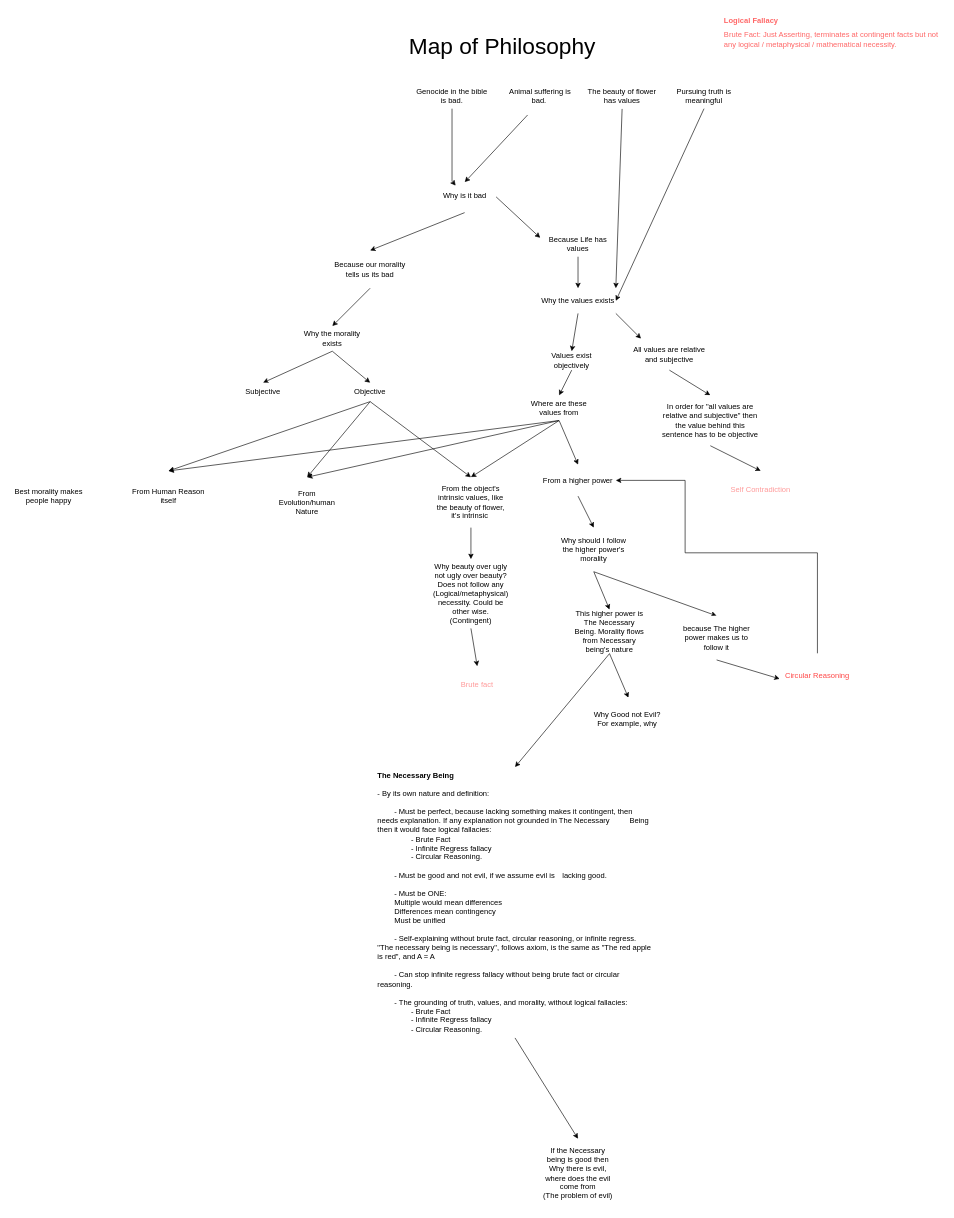
harryg02/Map-of-Philosophy keeps this draw.io diagram as draw.io/Foundations of Morality.drawio. Above is the earlier version. Source tidied: cells renumbered, new cells numbered last; positions are measured from the earlier drawing's top-left corner, leaving out a move shared by most shapes. Both pictures are drawn from the tidied source at 63%, with x=0, y=0 at pixel (11, 11).
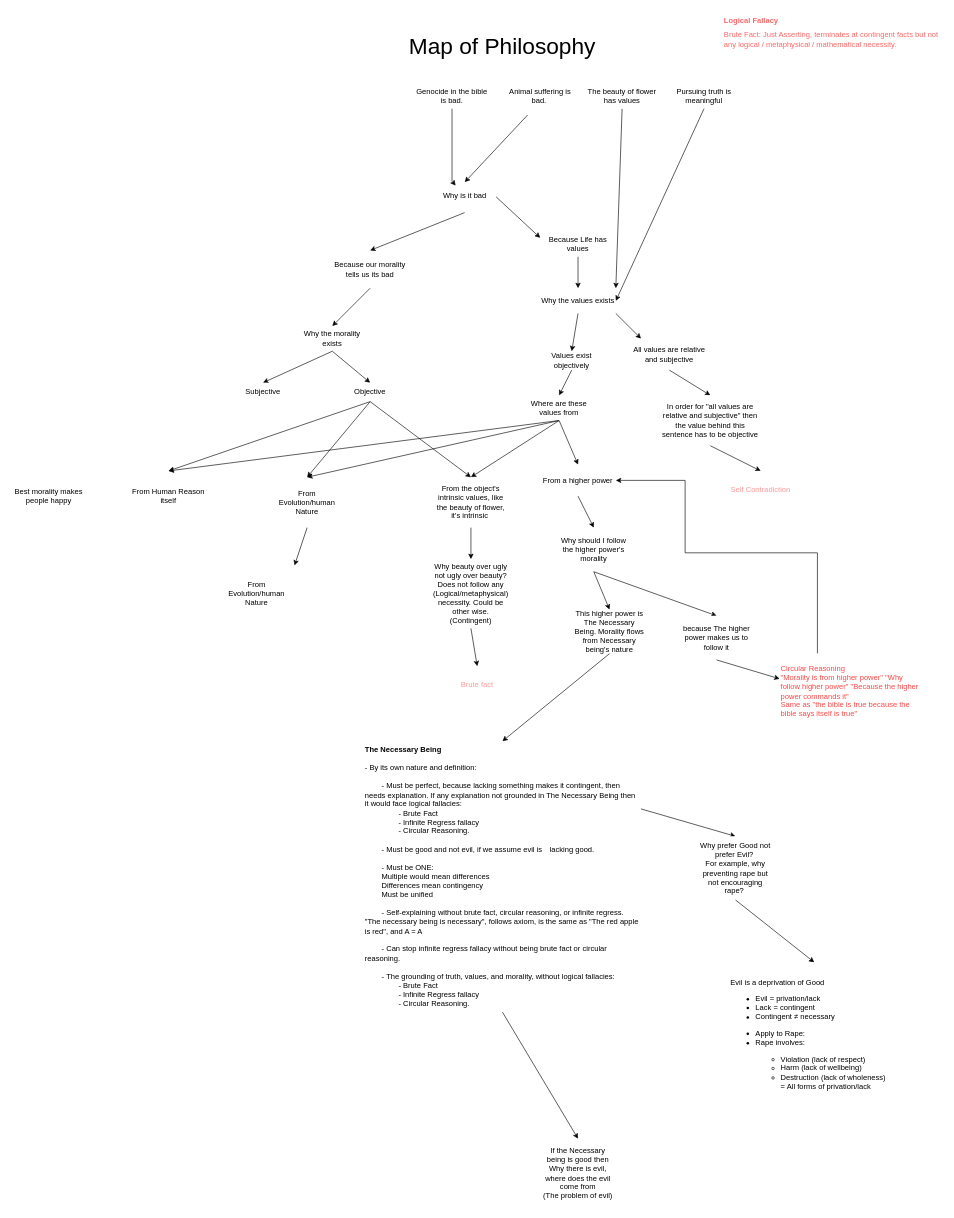
The same page after the edit.

The change refers to these unchanged cells:
```xml
<mxCell id="33" value="This higher power is The Necessary Being.&amp;nbsp;Morality flows from Necessary being's nature" style="rounded=1;whiteSpace=wrap;html=1;fontSize=12;glass=0;strokeWidth=1;shadow=0;strokeColor=none;" parent="1" vertex="1">
  <mxGeometry x="890" y="950" width="120" height="70" as="geometry" />
</mxCell>
<mxCell id="46" value="From Evolution/human Nature" style="rounded=1;whiteSpace=wrap;html=1;fontSize=12;glass=0;strokeWidth=1;shadow=0;strokeColor=none;" parent="1" vertex="1">
  <mxGeometry x="410" y="740" width="120" height="80" as="geometry" />
</mxCell>
```

The edit, as a diff of the source:
```diff
@@
-    <mxCell id="36" value="&lt;b&gt;The Necessary Being&lt;/b&gt;&lt;div&gt;&lt;br&gt;&lt;/div&gt;&lt;div&gt;- By its own nature and definition:&lt;/div&gt;&lt;div&gt;&lt;br&gt;&lt;/div&gt;&lt;div&gt;&lt;span style=&quot;background-color: initial;&quot;&gt;&lt;span style=&quot;white-space: pre;&quot;&gt;&#9;&lt;/span&gt;- Must be perfect, because lacking something makes it contingent, then needs explanation. If any explanation&amp;nbsp;not grounded in The Necessary &lt;span style=&quot;white-space: pre;&quot;&gt;&#9;&lt;/span&gt;Being then it would face logical fallacies:&amp;nbsp;&lt;/span&gt;&lt;/div&gt;&lt;div&gt;&lt;span style=&quot;background-color: initial;&quot;&gt;&lt;span style=&quot;white-space: pre;&quot;&gt;&#9;&lt;/span&gt;&lt;span style=&quot;white-space: pre;&quot;&gt;&#9;&lt;/span&gt;- Brute Fact&lt;br&gt;&lt;/span&gt;&lt;/div&gt;&lt;div&gt;&lt;span style=&quot;background-color: initial;&quot;&gt;&lt;span style=&quot;white-space: pre;&quot;&gt;&#9;&lt;/span&gt;&lt;span style=&quot;white-space: pre;&quot;&gt;&#9;&lt;/span&gt;- Infinite Regress fallacy&lt;br&gt;&lt;/span&gt;&lt;/div&gt;&lt;div&gt;&lt;span style=&quot;background-color: initial;&quot;&gt;&lt;span style=&quot;white-space: pre;&quot;&gt;&#9;&lt;/span&gt;&lt;span style=&quot;white-space: pre;&quot;&gt;&#9;&lt;/span&gt;- Circular Reasoning.&amp;nbsp;&lt;br&gt;&lt;/span&gt;&lt;/div&gt;&lt;div&gt;&lt;span style=&quot;background-color: initial;&quot;&gt;&lt;br&gt;&lt;/span&gt;&lt;/div&gt;&lt;div&gt;&lt;span style=&quot;background-color: initial;&quot;&gt;&lt;span style=&quot;white-space: pre;&quot;&gt;&#9;&lt;/span&gt;- Must be good and not evil, if we assume evil is &lt;span style=&quot;white-space: pre;&quot;&gt;&#9;&lt;/span&gt;lacking good.&amp;nbsp;&lt;/span&gt;&lt;/div&gt;&lt;div&gt;&lt;span style=&quot;background-color: initial;&quot;&gt;&lt;br&gt;&lt;/span&gt;&lt;/div&gt;&lt;div&gt;&lt;span style=&quot;background-color: initial;&quot;&gt;&lt;span style=&quot;white-space: pre;&quot;&gt;&#9;&lt;/span&gt;-&amp;nbsp;&lt;/span&gt;&lt;span style=&quot;background-color: initial;&quot;&gt;Must be ONE:&lt;/span&gt;&lt;/div&gt;&lt;div&gt;&lt;span style=&quot;background-color: initial;&quot;&gt;&lt;span style=&quot;white-space: pre;&quot;&gt;&#9;&lt;/span&gt;Multiple would mean differences&lt;/span&gt;&lt;/div&gt;&lt;div&gt;&lt;span style=&quot;background-color: initial;&quot;&gt;&lt;span style=&quot;white-space: pre;&quot;&gt;&#9;&lt;/span&gt;Differences mean contingency&lt;/span&gt;&lt;/div&gt;&lt;div&gt;&lt;span style=&quot;background-color: initial;&quot;&gt;&lt;span style=&quot;white-space: pre;&quot;&gt;&#9;&lt;/span&gt;Must be unified&lt;/span&gt;&lt;/div&gt;&lt;div&gt;&lt;span style=&quot;background-color: initial;&quot;&gt;&lt;br&gt;&lt;/span&gt;&lt;/div&gt;&lt;div&gt;&lt;span style=&quot;background-color: initial;&quot;&gt;&lt;span style=&quot;white-space: pre;&quot;&gt;&#9;&lt;/span&gt;- Self-explaining without brute fact, circular reasoning, or infinite regress.&amp;nbsp; &quot;The necessary being is necessary&quot;, follows axiom, is the same as &quot;The red apple is red&quot;, and A = A&lt;/span&gt;&lt;/div&gt;&lt;div&gt;&lt;span style=&quot;background-color: initial;&quot;&gt;&lt;br&gt;&lt;/span&gt;&lt;/div&gt;&lt;div&gt;&lt;span style=&quot;background-color: initial;&quot;&gt;&lt;span style=&quot;white-space: pre;&quot;&gt;&#9;&lt;/span&gt;- Can stop infinite regress fallacy without being brute fact&amp;nbsp;or circular reasoning.&amp;nbsp;&lt;/span&gt;&lt;/div&gt;&lt;div&gt;&lt;span style=&quot;background-color: initial;&quot;&gt;&lt;br&gt;&lt;/span&gt;&lt;/div&gt;&lt;div&gt;&lt;span style=&quot;background-color: initial;&quot;&gt;&lt;span style=&quot;white-space: pre;&quot;&gt;&#9;&lt;/span&gt;-&amp;nbsp;&lt;/span&gt;&lt;span style=&quot;background-color: initial;&quot;&gt;The grounding of truth, values, and morality, without&amp;nbsp;&lt;/span&gt;&lt;span style=&quot;background-color: initial;&quot;&gt;logical fallacies:&amp;nbsp;&lt;/span&gt;&lt;/div&gt;&lt;div&gt;&lt;span style=&quot;background-color: initial;&quot;&gt;&lt;span style=&quot;white-space: pre;&quot;&gt;&#9;&lt;/span&gt;&lt;span style=&quot;white-space: pre;&quot;&gt;&#9;&lt;/span&gt;- Brute Fact&lt;br&gt;&lt;/span&gt;&lt;/div&gt;&lt;div&gt;&lt;span style=&quot;background-color: initial;&quot;&gt;&lt;span style=&quot;white-space: pre;&quot;&gt;&#9;&lt;/span&gt;&lt;span style=&quot;white-space: pre;&quot;&gt;&#9;&lt;/span&gt;- Infinite Regress fallacy&lt;br&gt;&lt;/span&gt;&lt;/div&gt;&lt;div&gt;&lt;span style=&quot;background-color: initial;&quot;&gt;&lt;span style=&quot;white-space: pre;&quot;&gt;&#9;&lt;/span&gt;&lt;span style=&quot;white-space: pre;&quot;&gt;&#9;&lt;/span&gt;- Circular Reasoning.&amp;nbsp;&lt;/span&gt;&lt;/div&gt;" style="rounded=1;whiteSpace=wrap;html=1;fontSize=12;glass=0;strokeWidth=1;shadow=0;strokeColor=none;align=left;" parent="1" vertex="1">
-      <mxGeometry x="580" y="1200" width="440" height="430" as="geometry" />
+    <mxCell id="36" value="&lt;b&gt;The Necessary Being&lt;/b&gt;&lt;div&gt;&lt;br&gt;&lt;/div&gt;&lt;div&gt;- By its own nature and definition:&lt;/div&gt;&lt;div&gt;&lt;br&gt;&lt;/div&gt;&lt;div&gt;&lt;span style=&quot;background-color: initial;&quot;&gt;&lt;span style=&quot;white-space: pre;&quot;&gt;&#9;&lt;/span&gt;- Must be perfect, because lacking something makes it contingent, then needs explanation. If any explanation&amp;nbsp;not grounded in The Necessary Being then it would face logical fallacies:&amp;nbsp;&lt;/span&gt;&lt;/div&gt;&lt;div&gt;&lt;span style=&quot;background-color: initial;&quot;&gt;&lt;span style=&quot;white-space: pre;&quot;&gt;&#9;&lt;/span&gt;&lt;span style=&quot;white-space: pre;&quot;&gt;&#9;&lt;/span&gt;- Brute Fact&lt;br&gt;&lt;/span&gt;&lt;/div&gt;&lt;div&gt;&lt;span style=&quot;background-color: initial;&quot;&gt;&lt;span style=&quot;white-space: pre;&quot;&gt;&#9;&lt;/span&gt;&lt;span style=&quot;white-space: pre;&quot;&gt;&#9;&lt;/span&gt;- Infinite Regress fallacy&lt;br&gt;&lt;/span&gt;&lt;/div&gt;&lt;div&gt;&lt;span style=&quot;background-color: initial;&quot;&gt;&lt;span style=&quot;white-space: pre;&quot;&gt;&#9;&lt;/span&gt;&lt;span style=&quot;white-space: pre;&quot;&gt;&#9;&lt;/span&gt;- Circular Reasoning.&amp;nbsp;&lt;br&gt;&lt;/span&gt;&lt;/div&gt;&lt;div&gt;&lt;span style=&quot;background-color: initial;&quot;&gt;&lt;br&gt;&lt;/span&gt;&lt;/div&gt;&lt;div&gt;&lt;span style=&quot;background-color: initial;&quot;&gt;&lt;span style=&quot;white-space: pre;&quot;&gt;&#9;&lt;/span&gt;- Must be good and not evil, if we assume evil is &lt;span style=&quot;white-space: pre;&quot;&gt;&#9;&lt;/span&gt;lacking good.&amp;nbsp;&lt;/span&gt;&lt;/div&gt;&lt;div&gt;&lt;span style=&quot;background-color: initial;&quot;&gt;&lt;br&gt;&lt;/span&gt;&lt;/div&gt;&lt;div&gt;&lt;span style=&quot;background-color: initial;&quot;&gt;&lt;span style=&quot;white-space: pre;&quot;&gt;&#9;&lt;/span&gt;-&amp;nbsp;&lt;/span&gt;&lt;span style=&quot;background-color: initial;&quot;&gt;Must be ONE:&lt;/span&gt;&lt;/div&gt;&lt;div&gt;&lt;span style=&quot;background-color: initial;&quot;&gt;&lt;span style=&quot;white-space: pre;&quot;&gt;&#9;&lt;/span&gt;Multiple would mean differences&lt;/span&gt;&lt;/div&gt;&lt;div&gt;&lt;span style=&quot;background-color: initial;&quot;&gt;&lt;span style=&quot;white-space: pre;&quot;&gt;&#9;&lt;/span&gt;Differences mean contingency&lt;/span&gt;&lt;/div&gt;&lt;div&gt;&lt;span style=&quot;background-color: initial;&quot;&gt;&lt;span style=&quot;white-space: pre;&quot;&gt;&#9;&lt;/span&gt;Must be unified&lt;/span&gt;&lt;/div&gt;&lt;div&gt;&lt;span style=&quot;background-color: initial;&quot;&gt;&lt;br&gt;&lt;/span&gt;&lt;/div&gt;&lt;div&gt;&lt;span style=&quot;background-color: initial;&quot;&gt;&lt;span style=&quot;white-space: pre;&quot;&gt;&#9;&lt;/span&gt;- Self-explaining without brute fact, circular reasoning, or infinite regress.&amp;nbsp; &quot;The necessary being is necessary&quot;, follows axiom, is the same as &quot;The red apple is red&quot;, and A = A&lt;/span&gt;&lt;/div&gt;&lt;div&gt;&lt;span style=&quot;background-color: initial;&quot;&gt;&lt;br&gt;&lt;/span&gt;&lt;/div&gt;&lt;div&gt;&lt;span style=&quot;background-color: initial;&quot;&gt;&lt;span style=&quot;white-space: pre;&quot;&gt;&#9;&lt;/span&gt;- Can stop infinite regress fallacy without being brute fact&amp;nbsp;or circular reasoning.&amp;nbsp;&lt;/span&gt;&lt;/div&gt;&lt;div&gt;&lt;span style=&quot;background-color: initial;&quot;&gt;&lt;br&gt;&lt;/span&gt;&lt;/div&gt;&lt;div&gt;&lt;span style=&quot;background-color: initial;&quot;&gt;&lt;span style=&quot;white-space: pre;&quot;&gt;&#9;&lt;/span&gt;-&amp;nbsp;&lt;/span&gt;&lt;span style=&quot;background-color: initial;&quot;&gt;The grounding of truth, values, and morality, without&amp;nbsp;&lt;/span&gt;&lt;span style=&quot;background-color: initial;&quot;&gt;logical fallacies:&amp;nbsp;&lt;/span&gt;&lt;/div&gt;&lt;div&gt;&lt;span style=&quot;background-color: initial;&quot;&gt;&lt;span style=&quot;white-space: pre;&quot;&gt;&#9;&lt;/span&gt;&lt;span style=&quot;white-space: pre;&quot;&gt;&#9;&lt;/span&gt;- Brute Fact&lt;br&gt;&lt;/span&gt;&lt;/div&gt;&lt;div&gt;&lt;span style=&quot;background-color: initial;&quot;&gt;&lt;span style=&quot;white-space: pre;&quot;&gt;&#9;&lt;/span&gt;&lt;span style=&quot;white-space: pre;&quot;&gt;&#9;&lt;/span&gt;- Infinite Regress fallacy&lt;br&gt;&lt;/span&gt;&lt;/div&gt;&lt;div&gt;&lt;span style=&quot;background-color: initial;&quot;&gt;&lt;span style=&quot;white-space: pre;&quot;&gt;&#9;&lt;/span&gt;&lt;span style=&quot;white-space: pre;&quot;&gt;&#9;&lt;/span&gt;- Circular Reasoning.&amp;nbsp;&lt;/span&gt;&lt;/div&gt;" style="rounded=1;whiteSpace=wrap;html=1;fontSize=12;glass=0;strokeWidth=1;shadow=0;strokeColor=none;align=left;" parent="1" vertex="1">
+      <mxGeometry x="560" y="1159" width="440" height="430" as="geometry" />
     </mxCell>
@@
-    <mxCell id="63" value="&lt;font color=&quot;#ff4747&quot;&gt;Circular Reasoning&lt;/font&gt;" style="rounded=1;whiteSpace=wrap;html=1;fontSize=12;glass=0;strokeWidth=1;shadow=0;strokeColor=none;" parent="1" vertex="1">
-      <mxGeometry x="1220" y="1020" width="120" height="70" as="geometry" />
+    <mxCell id="63" value="&lt;font color=&quot;#ff4747&quot;&gt;Circular Reasoning&lt;/font&gt;&lt;div&gt;&lt;font color=&quot;#ff4747&quot;&gt;&quot;Morality is from higher power&quot; &quot;Why follow higher power&quot; &quot;Because the higher power commands it&quot;&lt;/font&gt;&lt;/div&gt;&lt;div&gt;&lt;font color=&quot;#ff4747&quot;&gt;Same as &quot;the bible is true because the bible says itself is true&quot;&lt;/font&gt;&lt;/div&gt;" style="rounded=1;whiteSpace=wrap;html=1;fontSize=12;glass=0;strokeWidth=1;shadow=0;strokeColor=none;align=left;" parent="1" vertex="1">
+      <mxGeometry x="1220" y="1020" width="230" height="120" as="geometry" />
     </mxCell>
@@
-    <mxCell id="65" style="endArrow=classic;html=1;rounded=0;exitX=0.5;exitY=1;exitDx=0;exitDy=0;" parent="1" edge="1" source="33">
-      <mxGeometry relative="1" as="geometry">
-        <mxPoint x="980" y="1090" as="targetPoint" />
-      </mxGeometry>
+    <mxCell id="65" style="endArrow=classic;html=1;rounded=0;exitX=1;exitY=0.25;exitDx=0;exitDy=0;entryX=0.5;entryY=0;entryDx=0;entryDy=0;" parent="1" edge="1" source="36" target="66">
+      <mxGeometry relative="1" as="geometry" />
     </mxCell>
-    <mxCell id="66" value="Why Good not Evil?&amp;nbsp;&lt;br&gt;For example, why&amp;nbsp;" style="rounded=1;whiteSpace=wrap;html=1;fontSize=12;glass=0;strokeWidth=1;shadow=0;strokeColor=none;" parent="1" vertex="1">
-      <mxGeometry x="920" y="1089" width="120" height="70" as="geometry" />
+    <mxCell id="66" value="Why prefer Good not prefer Evil?&amp;nbsp;&lt;br&gt;For example, why preventing rape but not encouraging rape?&amp;nbsp;" style="rounded=1;whiteSpace=wrap;html=1;fontSize=12;glass=0;strokeWidth=1;shadow=0;strokeColor=none;" parent="1" vertex="1">
+      <mxGeometry x="1090" y="1310" width="120" height="101" as="geometry" />
     </mxCell>
+    <mxCell id="67" style="endArrow=classic;html=1;rounded=0;exitX=0.5;exitY=1;exitDx=0;exitDy=0;entryX=0.5;entryY=0;entryDx=0;entryDy=0;" parent="1" edge="1" source="66" target="68">
+      <mxGeometry relative="1" as="geometry" />
+    </mxCell>
+    <mxCell id="68" value="Evil is a deprivation of Good&lt;br&gt;&lt;ul depth=&quot;0&quot; class=&quot;-mt-1 list-disc space-y-2 pl-8&quot;&gt;&lt;li class=&quot;whitespace-normal break-words&quot;&gt;Evil = privation/lack&lt;/li&gt;&lt;li class=&quot;whitespace-normal break-words&quot;&gt;Lack = contingent&lt;/li&gt;&lt;li class=&quot;whitespace-normal break-words&quot;&gt;Contingent ≠ necessary&lt;/li&gt;&lt;/ul&gt;&lt;ul depth=&quot;0&quot; class=&quot;-mt-1 list-disc space-y-2 pl-8&quot;&gt;&lt;li class=&quot;whitespace-normal break-words&quot;&gt;Apply to Rape:&lt;/li&gt;&lt;li class=&quot;whitespace-normal break-words&quot;&gt;Rape involves:&lt;/li&gt;&lt;/ul&gt;&lt;ul depth=&quot;0&quot; class=&quot;-mt-1 list-disc space-y-2 pl-8&quot;&gt;&lt;ul&gt;&lt;li class=&quot;whitespace-normal break-words&quot;&gt;Violation (lack of respect)&lt;/li&gt;&lt;/ul&gt;&lt;ul&gt;&lt;li class=&quot;whitespace-normal break-words&quot;&gt;Harm (lack of wellbeing)&lt;/li&gt;&lt;/ul&gt;&lt;ul&gt;&lt;li class=&quot;whitespace-normal break-words&quot;&gt;Destruction (lack of wholeness)&lt;br&gt;= All forms of privation/lack&lt;/li&gt;&lt;/ul&gt;&lt;/ul&gt;" style="rounded=1;whiteSpace=wrap;html=1;fontSize=12;glass=0;strokeWidth=1;shadow=0;strokeColor=none;align=left;" parent="1" vertex="1">
+      <mxGeometry x="1140" y="1510" width="270" height="240" as="geometry" />
+    </mxCell>
+    <mxCell id="69" style="endArrow=classic;html=1;rounded=0;exitX=0.5;exitY=1;exitDx=0;exitDy=0;" parent="1" edge="1" source="46">
+      <mxGeometry relative="1" as="geometry">
+        <mxPoint x="450" y="880" as="targetPoint" />
+      </mxGeometry>
+    </mxCell>
+    <mxCell id="70" value="From Evolution/human Nature" style="rounded=1;whiteSpace=wrap;html=1;fontSize=12;glass=0;strokeWidth=1;shadow=0;strokeColor=none;" parent="1" vertex="1">
+      <mxGeometry x="330" y="885" width="120" height="80" as="geometry" />
+    </mxCell>
```
